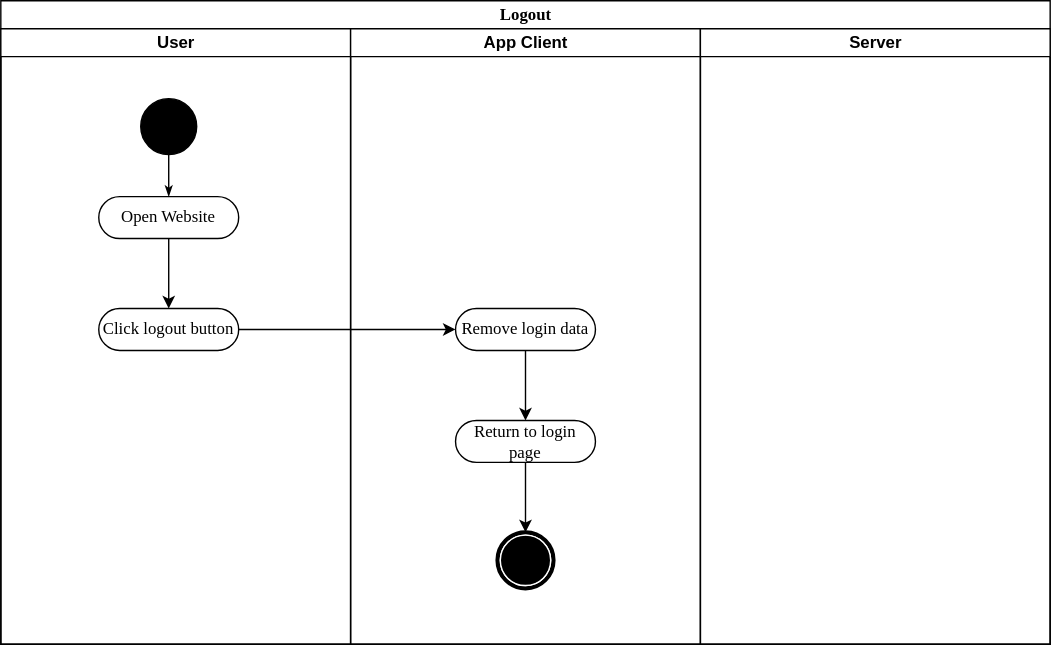
SE-TINF22B6/CookHub keeps this draw.io diagram as Project_Doc/Diagrams/logout-activity-diagram.drawio.svg. Above is the earlier version. Source tidied: cells renumbered, new cells last; positions are measured from the earlier drawing's top-left corner, leaving out a move shared by most shapes.
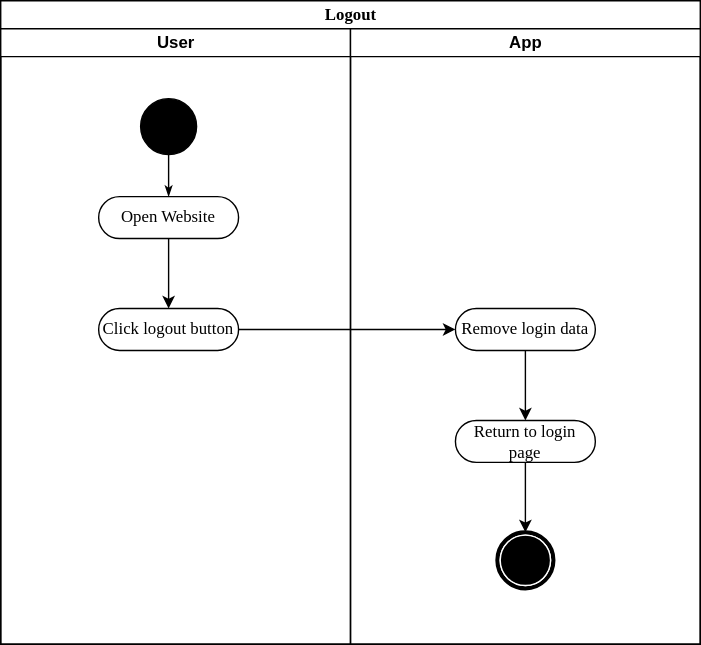
The same file after the commit.

What changed in the source:
```diff
@@ -3,7 +3,7 @@
     <mxCell id="0" />
     <mxCell id="1" parent="0" />
     <mxCell id="2" value="Logout" style="swimlane;html=1;startSize=20;rounded=0;shadow=0;comic=0;labelBackgroundColor=none;strokeWidth=1;fontFamily=Verdana;fontSize=12;align=center;" parent="1" vertex="1">
-      <mxGeometry width="750" height="460" as="geometry" />
+      <mxGeometry width="500" height="460" as="geometry" />
     </mxCell>
     <mxCell id="3" value="User" style="swimlane;html=1;startSize=20;" parent="2" vertex="1">
       <mxGeometry y="20" width="250" height="440" as="geometry" />
@@ -23,7 +23,7 @@
     <mxCell id="8" value="Click logout button" style="rounded=1;whiteSpace=wrap;html=1;shadow=0;comic=0;labelBackgroundColor=none;strokeWidth=1;fontFamily=Verdana;fontSize=12;align=center;arcSize=50;" parent="3" vertex="1">
       <mxGeometry x="70" y="200" width="100" height="30" as="geometry" />
     </mxCell>
-    <mxCell id="9" value="App Client" style="swimlane;html=1;startSize=20;" parent="2" vertex="1">
+    <mxCell id="9" value="App" style="swimlane;html=1;startSize=20;" parent="2" vertex="1">
       <mxGeometry x="250" y="20" width="250" height="440" as="geometry" />
     </mxCell>
     <mxCell id="10" style="edgeStyle=orthogonalEdgeStyle;rounded=0;jettySize=auto;html=1;entryX=0.5;entryY=0;entryDx=0;entryDy=0;" parent="9" edge="1" source="11" target="14">
@@ -41,9 +41,6 @@
     <mxCell id="14" style="shape=mxgraph.bpmn.shape;html=1;verticalLabelPosition=bottom;labelBackgroundColor=#ffffff;verticalAlign=top;perimeter=ellipsePerimeter;outline=end;symbol=terminate;rounded=0;shadow=0;comic=0;strokeWidth=1;fontFamily=Verdana;fontSize=12;align=center;" parent="9" vertex="1">
       <mxGeometry x="105" y="360" width="40" height="40" as="geometry" />
     </mxCell>
-    <mxCell id="15" value="Server" style="swimlane;html=1;startSize=20;" parent="2" vertex="1">
-      <mxGeometry x="500" y="20" width="250" height="440" as="geometry" />
-    </mxCell>
     <mxCell id="16" style="edgeStyle=orthogonalEdgeStyle;rounded=0;jettySize=auto;html=1;entryX=0;entryY=0.5;entryDx=0;entryDy=0;" parent="2" edge="1" source="8" target="13">
       <mxGeometry relative="1" as="geometry" />
     </mxCell>
```
